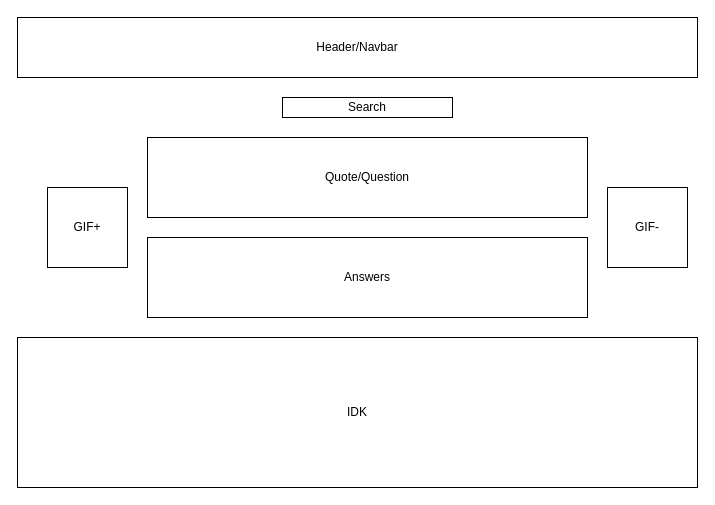
Before: diagram.drawio in holgateb/quote-me-senpai, a draw.io diagram. Source tidied: cells renumbered, new cells numbered last; positions are measured from the earlier drawing's top-left corner, leaving out a move shared by most shapes. Both pictures are drawn from the tidied source at 100%, with x=0, y=0 at pixel (17, 17).
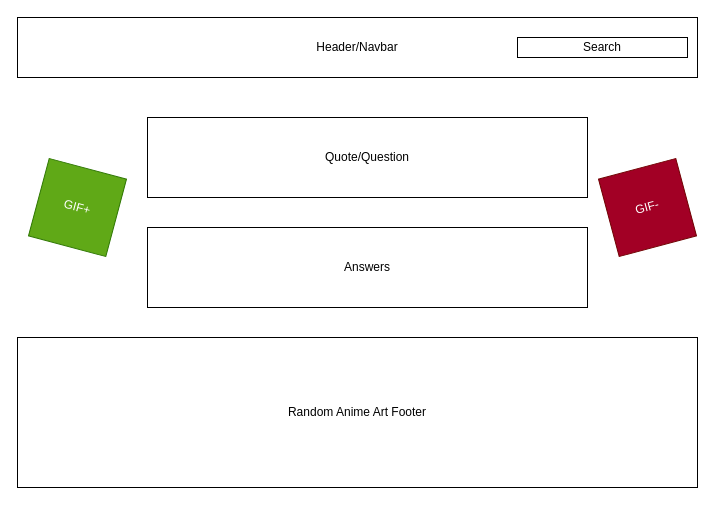
The same diagram, later.

What changed in the source:
```diff
@@
 <mxGraphModel>
   <root>
     <mxCell id="0" />
     <mxCell id="1" parent="0" />
     <mxCell id="2" value="Header/Navbar" style="rounded=0;whiteSpace=wrap;html=1;" parent="1" vertex="1">
       <mxGeometry width="680" height="60" as="geometry" />
     </mxCell>
     <mxCell id="3" value="Quote/Question" style="rounded=0;whiteSpace=wrap;html=1;" parent="1" vertex="1">
-      <mxGeometry x="130" y="120" width="440" height="80" as="geometry" />
+      <mxGeometry x="130" y="100" width="440" height="80" as="geometry" />
     </mxCell>
     <mxCell id="4" value="Answers" style="rounded=0;whiteSpace=wrap;html=1;" parent="1" vertex="1">
-      <mxGeometry x="130" y="220" width="440" height="80" as="geometry" />
+      <mxGeometry x="130" y="210" width="440" height="80" as="geometry" />
     </mxCell>
-    <mxCell id="5" value="GIF+" style="whiteSpace=wrap;html=1;" parent="1" vertex="1">
-      <mxGeometry x="30" y="170" width="80" height="80" as="geometry" />
+    <mxCell id="5" value="GIF+" style="whiteSpace=wrap;html=1;fillColor=#60a917;fontColor=#ffffff;strokeColor=#2D7600;rotation=15;" parent="1" vertex="1">
+      <mxGeometry x="20" y="150" width="80" height="80" as="geometry" />
     </mxCell>
-    <mxCell id="6" value="GIF-" style="whiteSpace=wrap;html=1;" parent="1" vertex="1">
-      <mxGeometry x="590" y="170" width="80" height="80" as="geometry" />
+    <mxCell id="6" value="GIF-" style="whiteSpace=wrap;html=1;fillColor=#a20025;fontColor=#ffffff;strokeColor=#6F0000;rotation=-15;" parent="1" vertex="1">
+      <mxGeometry x="590" y="150" width="80" height="80" as="geometry" />
     </mxCell>
-    <mxCell id="7" value="IDK" style="rounded=0;whiteSpace=wrap;html=1;" parent="1" vertex="1">
+    <mxCell id="7" value="Random Anime Art Footer" style="rounded=0;whiteSpace=wrap;html=1;" parent="1" vertex="1">
       <mxGeometry y="320" width="680" height="150" as="geometry" />
     </mxCell>
     <mxCell id="8" value="Search" style="rounded=0;whiteSpace=wrap;html=1;" parent="1" vertex="1">
-      <mxGeometry x="265" y="80" width="170" height="20" as="geometry" />
+      <mxGeometry x="500" y="20" width="170" height="20" as="geometry" />
     </mxCell>
   </root>
 </mxGraphModel>
```
